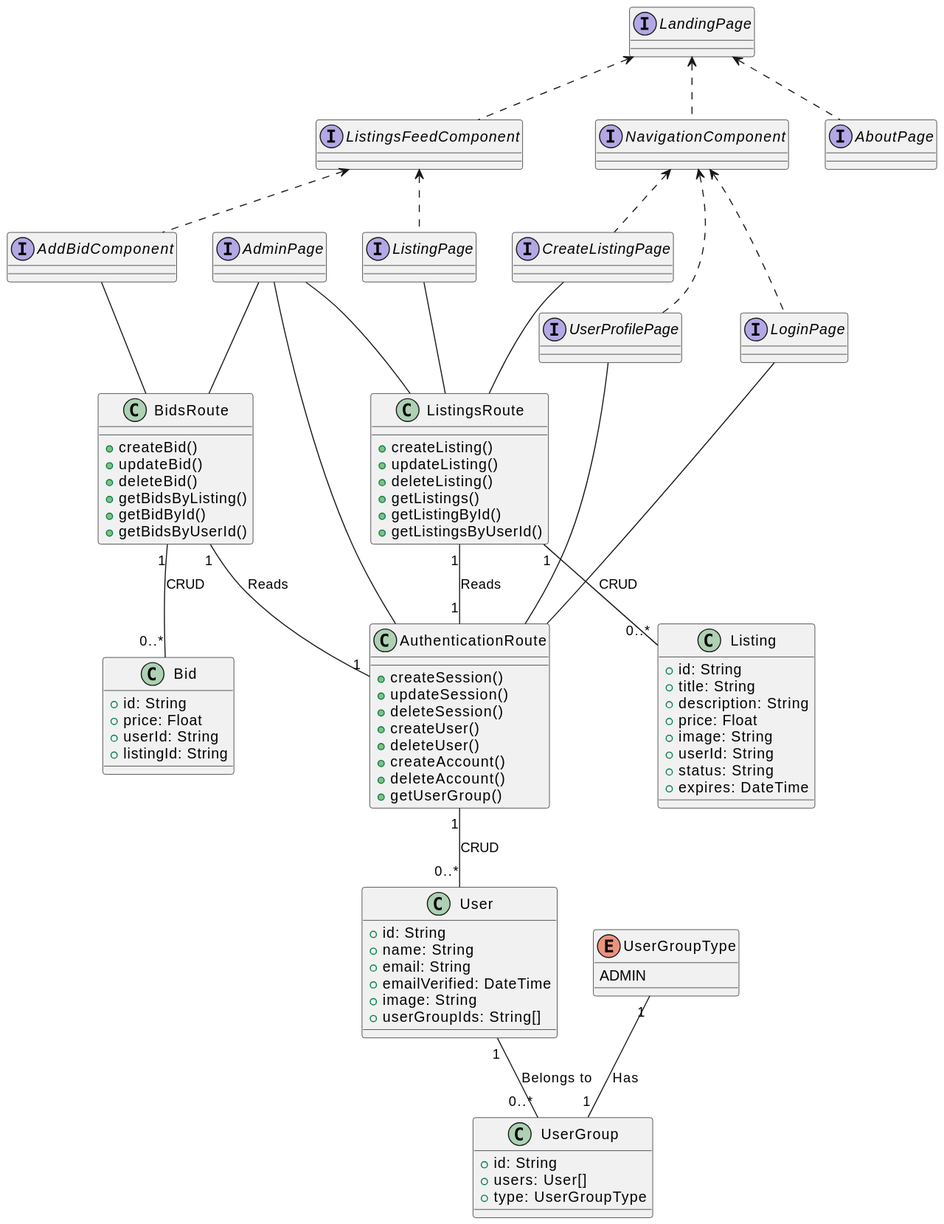
martinmiglio/CS471-Project keeps this PlantUML diagram as uml/out/ClassDiagram.svg. Above is the earlier version.
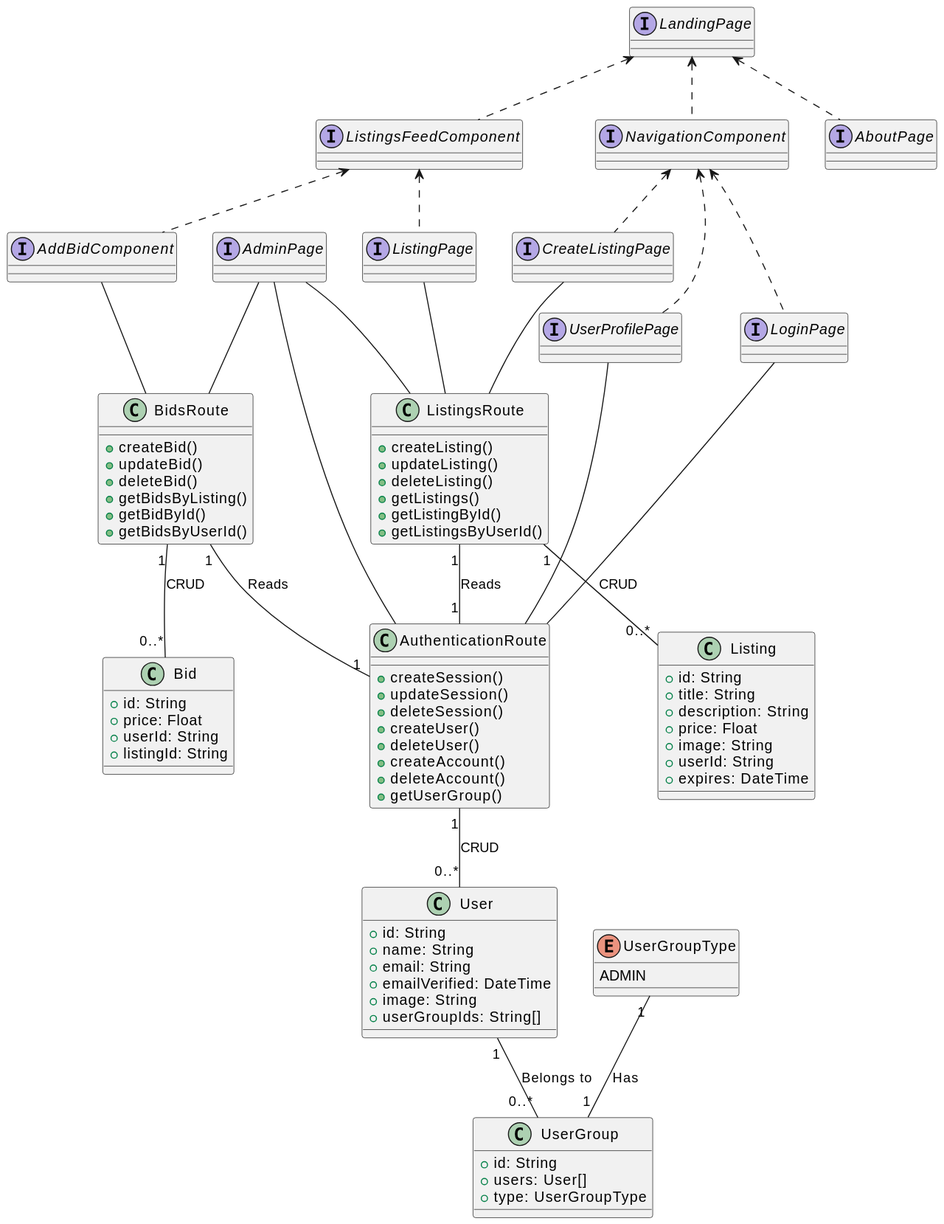
After the change.

Commit message:
Generated SVG images for PlantUML diagrams

What changed in the source:
```diff
@@ -17,7 +17,6 @@
   +price: Float
   +image: String
   +userId: String
-  +status: String
   +expires: DateTime
 }
 
```
